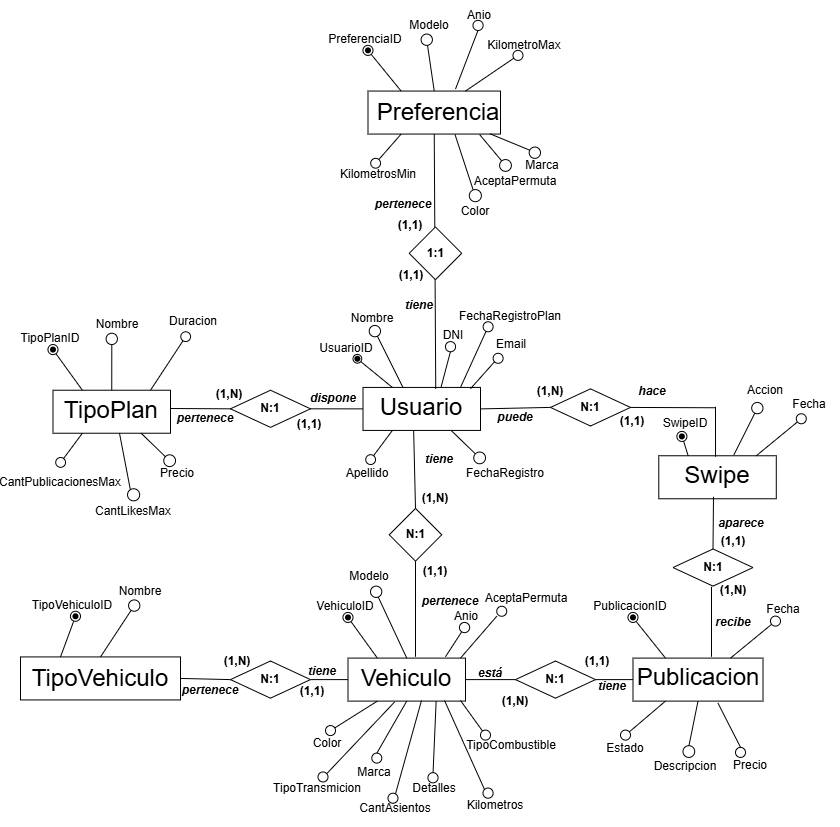
The draw.io diagram Diagrama DER.drawio.png in marilynsoto/TP-IngDatos1, before a commit. Source tidied: cells renumbered, new cells last; positions are measured from the earlier drawing's top-left corner, leaving out a move shared by most shapes.
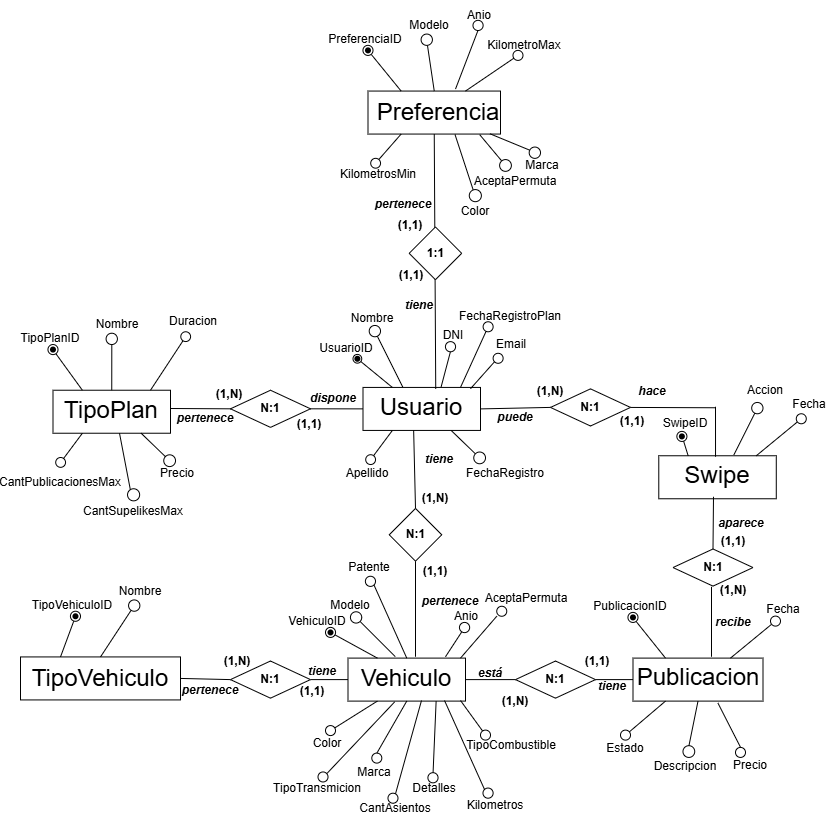
After the change.

Commit message:
Agrego cambios

Change to the diagram source:
```diff
@@ -97,9 +97,9 @@
       <mxGeometry relative="1" as="geometry" />
     </mxCell>
     <mxCell id="32" style="ellipse;whiteSpace=wrap;html=1;rotation=-20;direction=west;" parent="1" vertex="1">
-      <mxGeometry x="322.5" y="611.9" width="10.1" height="10.1" as="geometry" />
+      <mxGeometry x="305" y="626.9" width="10.1" height="10.1" as="geometry" />
     </mxCell>
-    <mxCell id="33" style="endArrow=none;html=1;rounded=0;entryX=0.5;entryY=0;entryDx=0;entryDy=0;exitX=1;exitY=0;exitDx=0;exitDy=0;" parent="1" edge="1" source="36" target="22">
+    <mxCell id="33" style="endArrow=none;html=1;rounded=0;entryX=0.402;entryY=-0.035;entryDx=0;entryDy=0;entryPerimeter=0;" parent="1" edge="1" source="35" target="22">
       <mxGeometry relative="1" as="geometry" />
     </mxCell>
     <mxCell id="34" style="endArrow=none;html=1;rounded=0;" parent="1" edge="1" source="155">
@@ -107,17 +107,14 @@
         <mxPoint x="425" y="656.3" as="targetPoint" />
       </mxGeometry>
     </mxCell>
-    <mxCell id="35" style="ellipse;whiteSpace=wrap;html=1;rotation=85;direction=east;" parent="1" vertex="1">
-      <mxGeometry x="350" y="585.6" width="11.3" height="11.3" as="geometry" />
-    </mxCell>
     <mxCell id="36" value="VehiculoID" style="text;html=1;align=center;verticalAlign=middle;whiteSpace=wrap;rounded=0;" parent="1" vertex="1">
-      <mxGeometry x="295" y="590.7" width="60" height="30" as="geometry" />
+      <mxGeometry x="266.9" y="605.6" width="60" height="30" as="geometry" />
     </mxCell>
     <mxCell id="37" style="shape=waypoint;sketch=0;fillStyle=solid;size=6;fillColor=none;perimeter=centerPerimeter;" parent="1" vertex="1">
-      <mxGeometry x="317.5" y="606.9" width="20" height="20" as="geometry" />
+      <mxGeometry x="300" y="622" width="20" height="20" as="geometry" />
     </mxCell>
     <mxCell id="38" value="Modelo" style="text;html=1;align=center;verticalAlign=middle;whiteSpace=wrap;rounded=0;" parent="1" vertex="1">
-      <mxGeometry x="319.1" y="560.7" width="60" height="30" as="geometry" />
+      <mxGeometry x="300" y="589.5" width="60" height="30" as="geometry" />
     </mxCell>
     <mxCell id="39" value="Color" style="text;html=1;align=center;verticalAlign=middle;whiteSpace=wrap;rounded=0;" parent="1" vertex="1">
       <mxGeometry x="277.5" y="727.6" width="60" height="30" as="geometry" />
@@ -413,7 +410,7 @@
     <mxCell id="127" value="Precio" style="text;html=1;align=center;verticalAlign=middle;whiteSpace=wrap;rounded=0;" parent="1" vertex="1">
       <mxGeometry x="127.5" y="458.3" width="60" height="30" as="geometry" />
     </mxCell>
-    <mxCell id="128" value="CantLikesMax" style="text;html=1;align=center;verticalAlign=middle;whiteSpace=wrap;rounded=0;" parent="1" vertex="1">
+    <mxCell id="128" value="CantSupelikesMax" style="text;html=1;align=center;verticalAlign=middle;whiteSpace=wrap;rounded=0;" parent="1" vertex="1">
       <mxGeometry x="83.3" y="495.6" width="60" height="30" as="geometry" />
     </mxCell>
     <mxCell id="129" value="&lt;b&gt;N:1&lt;/b&gt;" style="shape=rhombus;perimeter=rhombusPerimeter;whiteSpace=wrap;html=1;align=center;" parent="1" vertex="1">
@@ -659,5 +656,22 @@
     <mxCell id="203" style="ellipse;whiteSpace=wrap;html=1;rotation=85;direction=north;" parent="1" vertex="1">
       <mxGeometry x="508.7" y="146.6" width="11.3" height="11.3" as="geometry" />
     </mxCell>
+    <mxCell id="204" style="endArrow=none;html=1;rounded=0;entryX=0.5;entryY=0;entryDx=0;entryDy=0;" parent="1" edge="1" target="35">
+      <mxGeometry relative="1" as="geometry">
+        <mxPoint x="340" y="620" as="sourcePoint" />
+      </mxGeometry>
+    </mxCell>
+    <mxCell id="35" style="ellipse;whiteSpace=wrap;html=1;rotation=85;direction=east;" parent="1" vertex="1">
+      <mxGeometry x="329.9" y="611.3" width="11.3" height="11.3" as="geometry" />
+    </mxCell>
+    <mxCell id="205" style="endArrow=none;html=1;rounded=0;entryX=0.5;entryY=0;entryDx=0;entryDy=0;exitX=1;exitY=1;exitDx=0;exitDy=0;" parent="1" edge="1" source="206" target="22">
+      <mxGeometry relative="1" as="geometry" />
+    </mxCell>
+    <mxCell id="206" style="ellipse;whiteSpace=wrap;html=1;rotation=1;" parent="1" vertex="1">
+      <mxGeometry x="344.9" y="575.8" width="10.1" height="10.1" as="geometry" />
+    </mxCell>
+    <mxCell id="207" value="Patente" style="text;html=1;align=center;verticalAlign=middle;whiteSpace=wrap;rounded=0;" parent="1" vertex="1">
+      <mxGeometry x="319.1" y="552" width="60" height="30" as="geometry" />
+    </mxCell>
   </root>
 </mxGraphModel>
```
